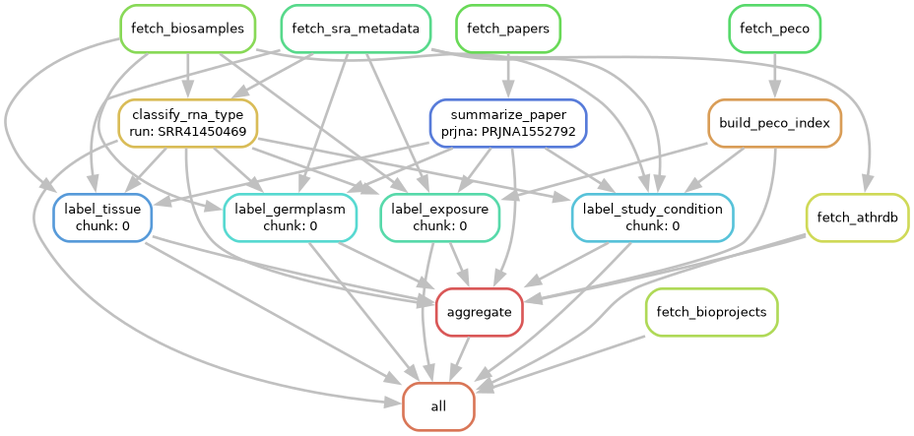
Above: dag-single-sample.png in milesroberts-123/custom-rag-cli (Graphviz), before the change. Its source is kept beside it as dag-single-sample.dot.
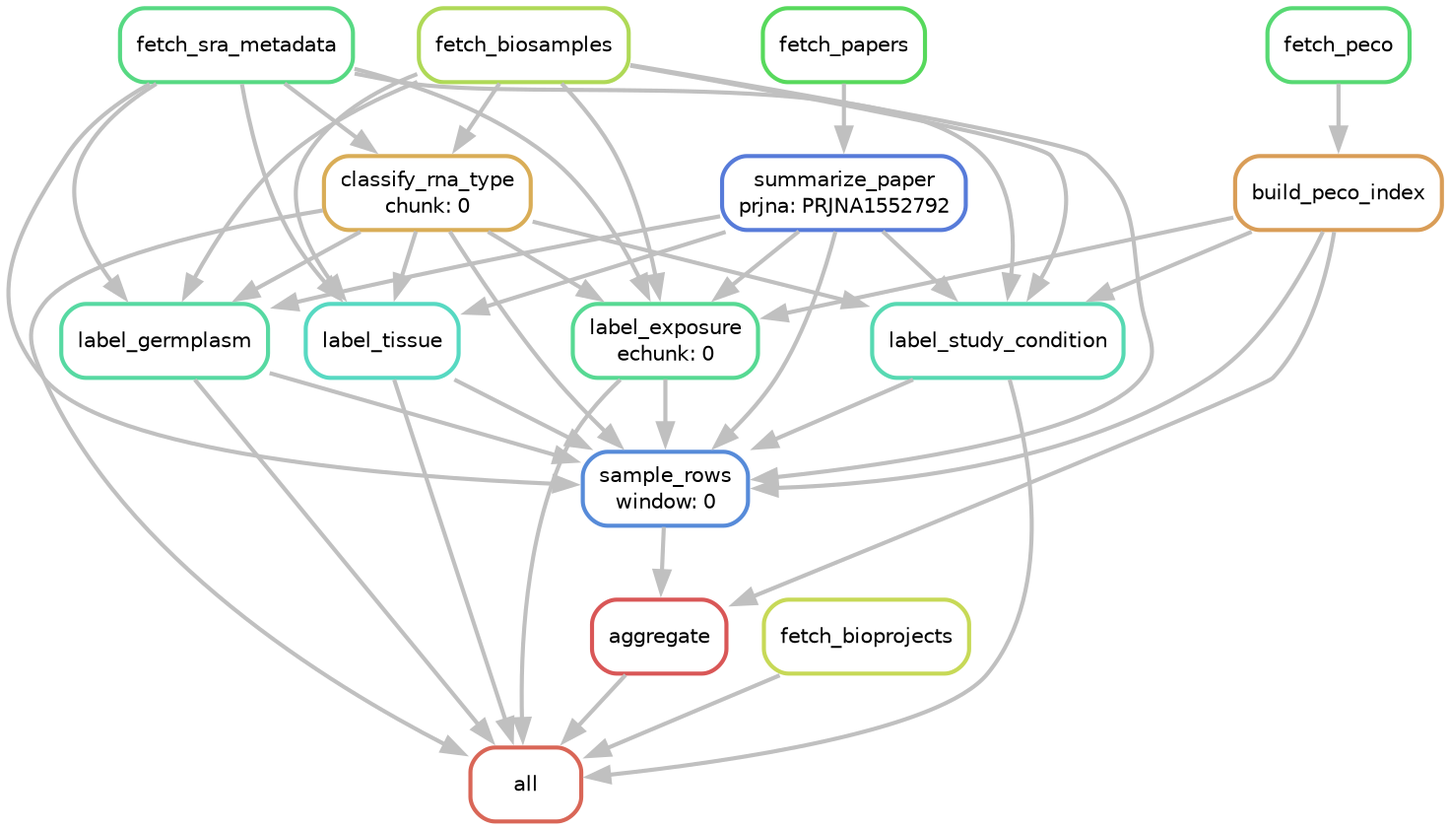
After the commit.

Commit message:
docs: refresh one-sample DAG (sample_rows, athrdb out of rule all)

Change to the diagram source:
```diff
@@ -2,21 +2,21 @@
     graph[bgcolor=white, margin=0];
     node[shape=box, style=rounded, fontname=sans,                 fontsize=10, penwidth=2];
     edge[penwidth=2, color=grey];
-	0[label = "all", color = "0.04 0.6 0.85", style="rounded"];
-	1[label = "classify_rna_type\nrun: SRR41450469", color = "0.13 0.6 0.85", style="rounded"];
-	2[label = "fetch_biosamples", color = "0.27 0.6 0.85", style="rounded"];
-	3[label = "fetch_sra_metadata", color = "0.40 0.6 0.85", style="rounded"];
-	4[label = "label_tissue\nchunk: 0", color = "0.58 0.6 0.85", style="rounded"];
+	0[label = "all", color = "0.02 0.6 0.85", style="rounded"];
+	1[label = "classify_rna_type\nchunk: 0", color = "0.11 0.6 0.85", style="rounded"];
+	2[label = "fetch_biosamples", color = "0.22 0.6 0.85", style="rounded"];
+	3[label = "fetch_sra_metadata", color = "0.39 0.6 0.85", style="rounded"];
+	4[label = "label_tissue", color = "0.47 0.6 0.85", style="rounded"];
 	5[label = "summarize_paper\nprjna: PRJNA1552792", color = "0.62 0.6 0.85", style="rounded"];
-	6[label = "fetch_papers", color = "0.31 0.6 0.85", style="rounded"];
-	7[label = "label_germplasm\nchunk: 0", color = "0.49 0.6 0.85", style="rounded"];
-	8[label = "label_exposure\nchunk: 0", color = "0.44 0.6 0.85", style="rounded"];
+	6[label = "fetch_papers", color = "0.34 0.6 0.85", style="rounded"];
+	7[label = "label_germplasm", color = "0.43 0.6 0.85", style="rounded"];
+	8[label = "label_exposure\nechunk: 0", color = "0.41 0.6 0.85", style="rounded"];
 	9[label = "build_peco_index", color = "0.09 0.6 0.85", style="rounded"];
-	10[label = "fetch_peco", color = "0.36 0.6 0.85", style="rounded"];
-	11[label = "label_study_condition\nchunk: 0", color = "0.53 0.6 0.85", style="rounded"];
-	12[label = "fetch_bioprojects", color = "0.22 0.6 0.85", style="rounded"];
-	13[label = "fetch_athrdb", color = "0.18 0.6 0.85", style="rounded"];
-	14[label = "aggregate", color = "0.00 0.6 0.85", style="rounded"];
+	10[label = "fetch_peco", color = "0.37 0.6 0.85", style="rounded"];
+	11[label = "label_study_condition", color = "0.45 0.6 0.85", style="rounded"];
+	12[label = "fetch_bioprojects", color = "0.19 0.6 0.85", style="rounded"];
+	13[label = "aggregate", color = "0.00 0.6 0.85", style="rounded"];
+	14[label = "sample_rows\nwindow: 0", color = "0.60 0.6 0.85", style="rounded"];
 	1 -> 0
 	4 -> 0
 	7 -> 0
@@ -24,7 +24,6 @@
 	11 -> 0
 	12 -> 0
 	13 -> 0
-	14 -> 0
 	2 -> 1
 	3 -> 1
 	1 -> 4
@@ -47,13 +46,15 @@
 	3 -> 11
 	5 -> 11
 	9 -> 11
-	3 -> 13
+	14 -> 13
+	9 -> 13
 	1 -> 14
 	4 -> 14
 	7 -> 14
+	11 -> 14
 	8 -> 14
-	11 -> 14
-	13 -> 14
+	2 -> 14
+	3 -> 14
 	5 -> 14
 	9 -> 14
 }
```
